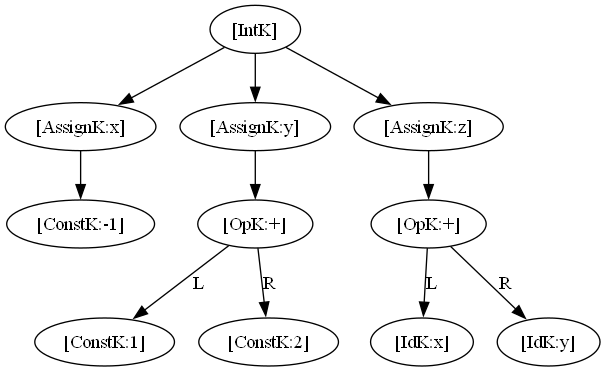
Earlier version of the Graphviz export 20260506_week9_exp2/test3.png (scu-dev/TINY). Its source is kept beside it as 20260506_week9_exp2/test3.dot. Its diagram source:
```dot
digraph SyntaxTree {
"1782580464"[label = "[IntK]"];
"1782580624"[label = "[AssignK:x]"];
"1782579184"[label = "[ConstK:-1]"];
"1782580624"->{"1782579184"};
"1782580464"->{"1782580624"};
"1782579744"[label = "[AssignK:y]"];
"1782580224"[label = "[OpK:+]"];
"1782580064"[label = "[ConstK:1]"];
"1782580144"[label = "[ConstK:2]"];
"1782580224"->"1782580064"[label = "L"];
"1782580224"->"1782580144"[label = "R"];
"1782579744"->{"1782580224"};
"1782580464"->{"1782579744"};
"1782579504"[label = "[AssignK:z]"];
"1782579824"[label = "[OpK:+]"];
"1782579584"[label = "[IdK:x]"];
"1782580704"[label = "[IdK:y]"];
"1782579824"->"1782579584"[label = "L"];
"1782579824"->"1782580704"[label = "R"];
"1782579504"->{"1782579824"};
"1782580464"->{"1782579504"};
}
```
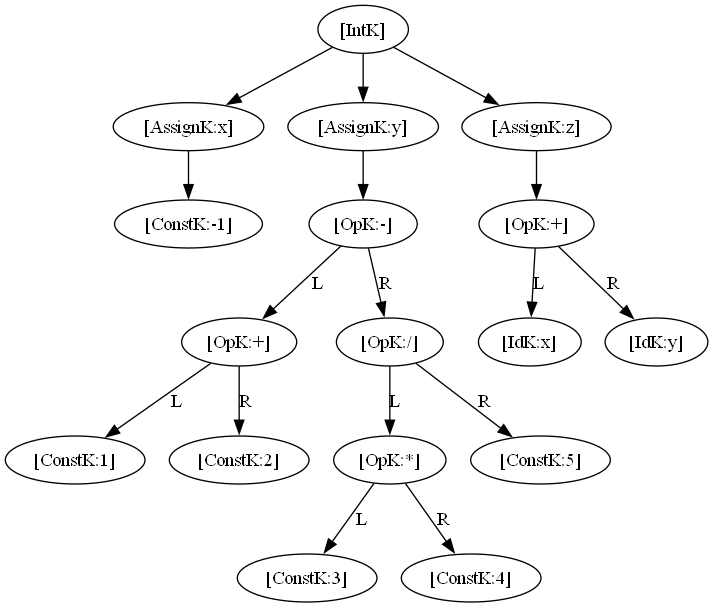
Later version of the same file.

What changed in the source:
```diff
@@ -1,23 +1,35 @@
 digraph SyntaxTree {
-"1782580464"[label = "[IntK]"];
-"1782580624"[label = "[AssignK:x]"];
-"1782579184"[label = "[ConstK:-1]"];
-"1782580624"->{"1782579184"};
-"1782580464"->{"1782580624"};
-"1782579744"[label = "[AssignK:y]"];
-"1782580224"[label = "[OpK:+]"];
-"1782580064"[label = "[ConstK:1]"];
-"1782580144"[label = "[ConstK:2]"];
-"1782580224"->"1782580064"[label = "L"];
-"1782580224"->"1782580144"[label = "R"];
-"1782579744"->{"1782580224"};
-"1782580464"->{"1782579744"};
-"1782579504"[label = "[AssignK:z]"];
-"1782579824"[label = "[OpK:+]"];
-"1782579584"[label = "[IdK:x]"];
-"1782580704"[label = "[IdK:y]"];
-"1782579824"->"1782579584"[label = "L"];
-"1782579824"->"1782580704"[label = "R"];
-"1782579504"->{"1782579824"};
-"1782580464"->{"1782579504"};
+"0000021009F7EE20"[label = "[IntK]"];
+"0000021009F7EF10"[label = "[AssignK:x]"];
+"0000021009F7F320"[label = "[ConstK:-1]"];
+"0000021009F7EF10"->"0000021009F7F320";
+"0000021009F7EE20"->"0000021009F7EF10";
+"0000021009F7F2D0"[label = "[AssignK:y]"];
+"0000021009F7EDD0"[label = "[OpK:-]"];
+"0000021009F7F370"[label = "[OpK:+]"];
+"0000021009F7F1E0"[label = "[ConstK:1]"];
+"0000021009F7EEC0"[label = "[ConstK:2]"];
+"0000021009F7F370"->"0000021009F7F1E0"[label = "L"];
+"0000021009F7F370"->"0000021009F7EEC0"[label = "R"];
+"0000021009F7F0F0"[label = "[OpK:/]"];
+"0000021009F7EE70"[label = "[OpK:*]"];
+"0000021009F7F410"[label = "[ConstK:3]"];
+"0000021009F7EFB0"[label = "[ConstK:4]"];
+"0000021009F7EE70"->"0000021009F7F410"[label = "L"];
+"0000021009F7EE70"->"0000021009F7EFB0"[label = "R"];
+"0000021009F7EF60"[label = "[ConstK:5]"];
+"0000021009F7F0F0"->"0000021009F7EE70"[label = "L"];
+"0000021009F7F0F0"->"0000021009F7EF60"[label = "R"];
+"0000021009F7EDD0"->"0000021009F7F370"[label = "L"];
+"0000021009F7EDD0"->"0000021009F7F0F0"[label = "R"];
+"0000021009F7F2D0"->"0000021009F7EDD0";
+"0000021009F7EE20"->"0000021009F7F2D0";
+"0000021009F7F000"[label = "[AssignK:z]"];
+"0000021009F7F0A0"[label = "[OpK:+]"];
+"0000021009F7F3C0"[label = "[IdK:x]"];
+"0000021009F7F140"[label = "[IdK:y]"];
+"0000021009F7F0A0"->"0000021009F7F3C0"[label = "L"];
+"0000021009F7F0A0"->"0000021009F7F140"[label = "R"];
+"0000021009F7F000"->"0000021009F7F0A0";
+"0000021009F7EE20"->"0000021009F7F000";
 }
```
